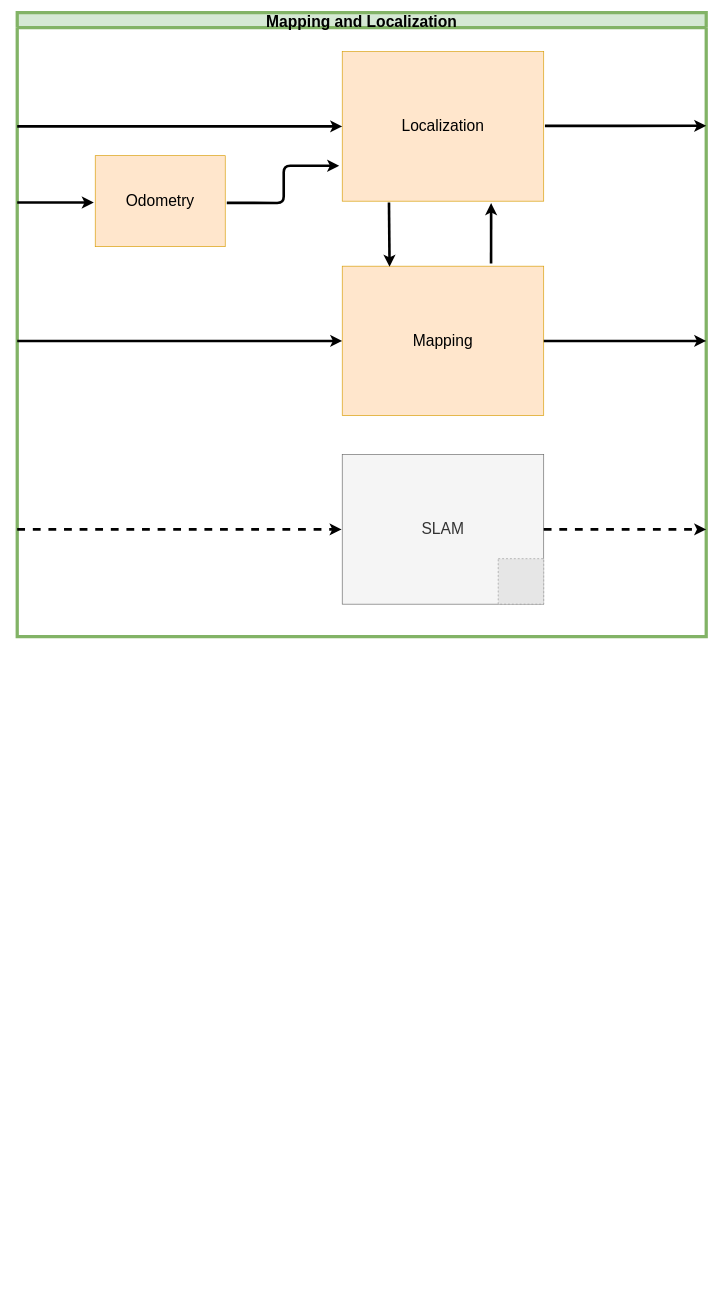
Above: page "#2 Localization and Mapping" (5 of 19) of OutdoorNavigationStructure.drawio in ipa-dmo/ipa_outdoor_docu (draw.io), before the change. Source tidied: cells renumbered, new cells numbered last; positions are measured from the earlier drawing's top-left corner, leaving out a move shared by most shapes. Both pictures are drawn from the tidied source at 65%, with x=0, y=0 at pixel (17, 12). Pictures stored in the file or linked from it are replaced by grey dashed boxes.
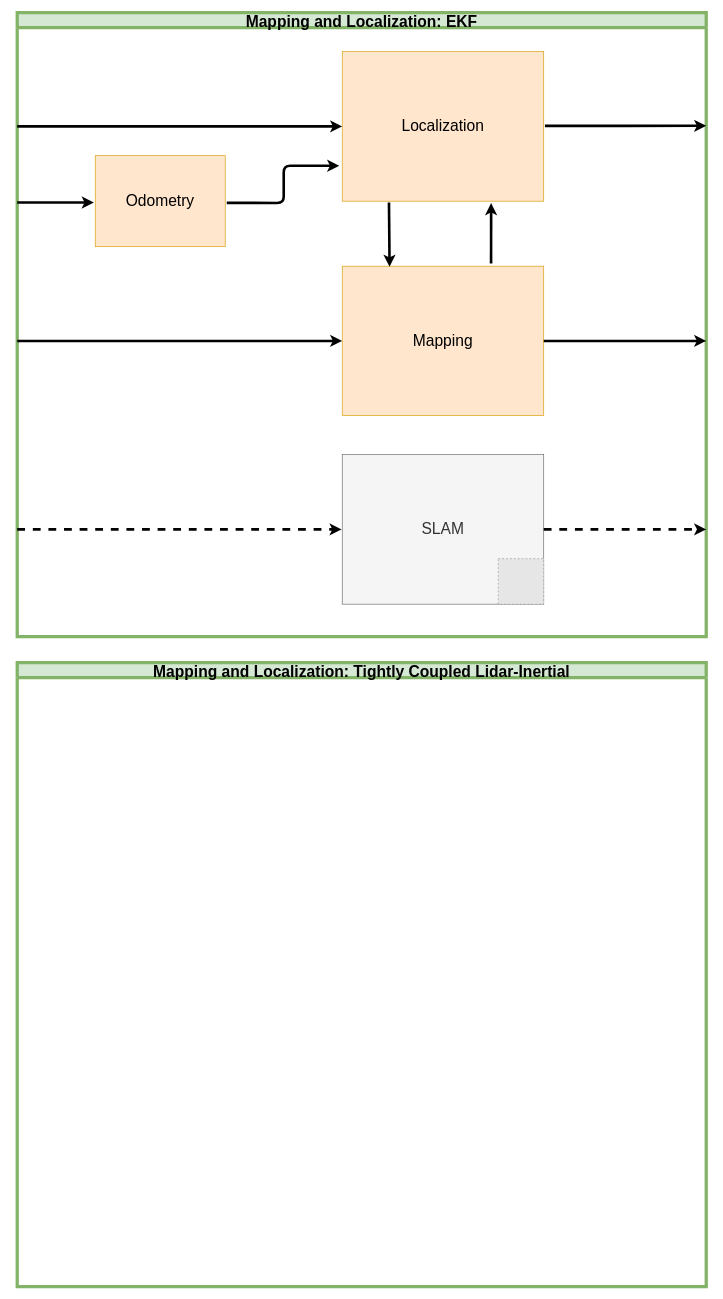
Above is the later version.

Commit message (it also covers changes not shown here):
Add Lidar-Inertial alternative to #2 Mapping and Localization

Diff of the diagram source:
```diff
@@
-    <mxCell id="2" value="Mapping and Localization" style="swimlane;fillColor=#d5e8d4;strokeColor=#82b366;fontSize=24;strokeWidth=5;" parent="1" vertex="1">
+    <mxCell id="2" value="Mapping and Localization: EKF" style="swimlane;fillColor=#d5e8d4;strokeColor=#82b366;fontSize=24;strokeWidth=5;" parent="1" vertex="1">
       <mxGeometry width="1060" height="960" as="geometry" />
     </mxCell>
@@
+    <mxCell id="18" value="Mapping and Localization: Tightly Coupled Lidar-Inertial" style="swimlane;fillColor=#d5e8d4;strokeColor=#82b366;fontSize=24;strokeWidth=5;" parent="1" vertex="1">
+      <mxGeometry y="1000" width="1060" height="960" as="geometry" />
+    </mxCell>
```
